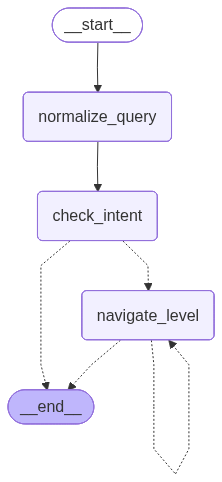
Before: docs/navigation_graph.png, a diagram exported from Mermaid (Khaledhamza77/waraq). Its source is kept beside it as docs/navigation_graph.mmd.
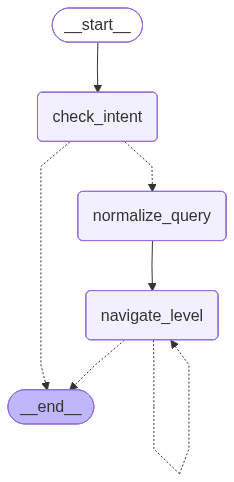
The same diagram one commit later.

Diff of the diagram source:
```diff
@@ -5,15 +5,15 @@
 ---
 graph TD;
 	__start__([<p>__start__</p>]):::first
+	check_intent(check_intent)
 	normalize_query(normalize_query)
-	check_intent(check_intent)
 	navigate_level(navigate_level)
 	__end__([<p>__end__</p>]):::last
-	__start__ --> normalize_query;
+	__start__ --> check_intent;
 	check_intent -.-> __end__;
-	check_intent -.-> navigate_level;
+	check_intent -.-> normalize_query;
 	navigate_level -.-> __end__;
-	normalize_query --> check_intent;
+	normalize_query --> navigate_level;
 	navigate_level -.-> navigate_level;
 	classDef default fill:#f2f0ff,line-height:1.2
 	classDef first fill-opacity:0
```
